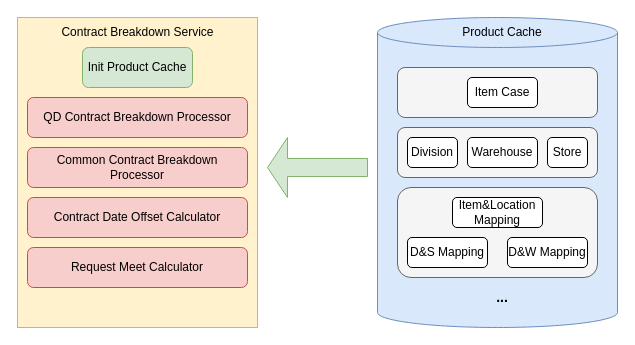
Earlier version of the draw.io diagram contractbreakdownsequence.drawio (dajin-kingland/UMLdiagrams). Source tidied: cells renumbered, new cells numbered last; positions are measured from the earlier drawing's top-left corner, leaving out a move shared by most shapes. Both pictures are drawn from the tidied source at 100%, with x=0, y=0 at pixel (17, 17).
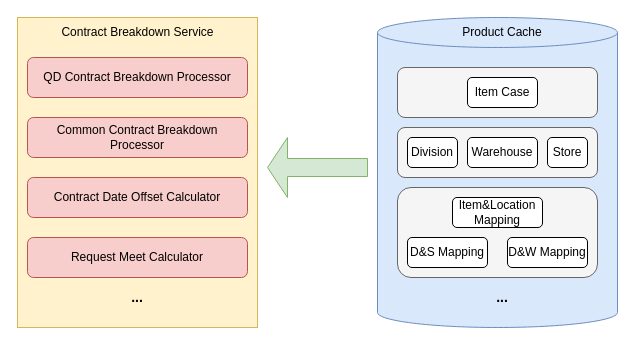
The same diagram, later.

Diff of the diagram source:
```diff
@@
     <mxCell id="18" value="QD Contract Breakdown Processor" style="rounded=1;whiteSpace=wrap;html=1;fillColor=#f8cecc;strokeColor=#b85450;" parent="1" vertex="1">
-      <mxGeometry x="10" y="80" width="220" height="40" as="geometry" />
+      <mxGeometry x="10" y="40" width="220" height="40" as="geometry" />
     </mxCell>
     <mxCell id="19" value="Common Contract Breakdown Processor" style="rounded=1;whiteSpace=wrap;html=1;fillColor=#f8cecc;strokeColor=#b85450;" parent="1" vertex="1">
-      <mxGeometry x="10" y="130" width="220" height="40" as="geometry" />
+      <mxGeometry x="10" y="100" width="220" height="40" as="geometry" />
     </mxCell>
     <mxCell id="20" value="Contract Date Offset Calculator" style="rounded=1;whiteSpace=wrap;html=1;fillColor=#f8cecc;strokeColor=#b85450;" parent="1" vertex="1">
-      <mxGeometry x="10" y="180" width="220" height="40" as="geometry" />
+      <mxGeometry x="10" y="160" width="220" height="40" as="geometry" />
     </mxCell>
     <mxCell id="21" value="Request Meet Calculator" style="rounded=1;whiteSpace=wrap;html=1;fillColor=#f8cecc;strokeColor=#b85450;" parent="1" vertex="1">
-      <mxGeometry x="10" y="230" width="220" height="40" as="geometry" />
+      <mxGeometry x="10" y="220" width="220" height="40" as="geometry" />
     </mxCell>
-    <mxCell id="22" value="Init Product Cache" style="rounded=1;whiteSpace=wrap;html=1;fillColor=#d5e8d4;strokeColor=#82b366;" parent="1" vertex="1">
-      <mxGeometry x="65" y="30" width="110" height="40" as="geometry" />
-    </mxCell>
+    <mxCell id="23" value="&lt;font style=&quot;font-size: 14px&quot;&gt;&lt;b&gt;...&lt;/b&gt;&lt;/font&gt;" style="text;html=1;strokeColor=none;fillColor=none;align=center;verticalAlign=middle;whiteSpace=wrap;rounded=0;" parent="1" vertex="1">
+      <mxGeometry x="100" y="270" width="40" height="20" as="geometry" />
+    </mxCell>
```
